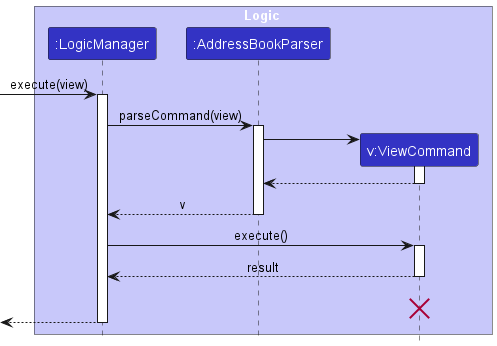
The PlantUML diagram docs/images/ViewSequenceDiagram-Logic.png in zoebelle-pang/tp, before a commit.
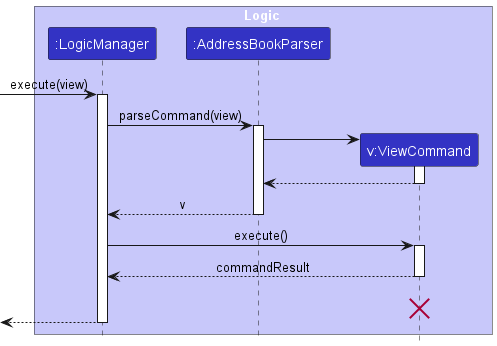
After the change.

Diff of the diagram source:
```diff
@@ -27,9 +27,9 @@
 LogicManager -> ViewCommand : execute()
 activate ViewCommand
 
-ViewCommand --> LogicManager : result
+ViewCommand --> LogicManager : commandResult
 deactivate ViewCommand
-ViewCommand -[hidden]-> LogicManager : result
+ViewCommand -[hidden]-> LogicManager : commandResult
 destroy ViewCommand
 
 [<--LogicManager
```
